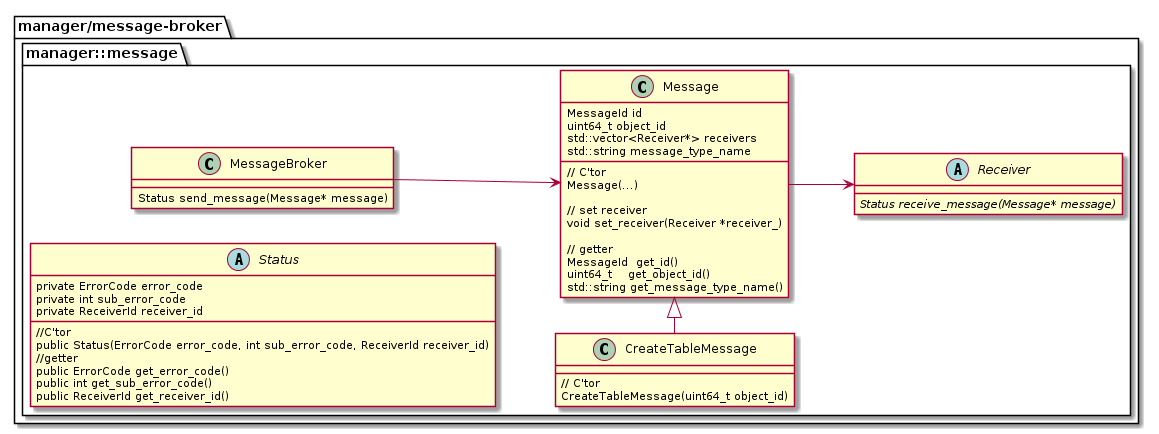
project-tsurugi/tsurugi_fdw keeps this PlantUML diagram as docs/img/out/Message/Message.png. Above is the earlier version.
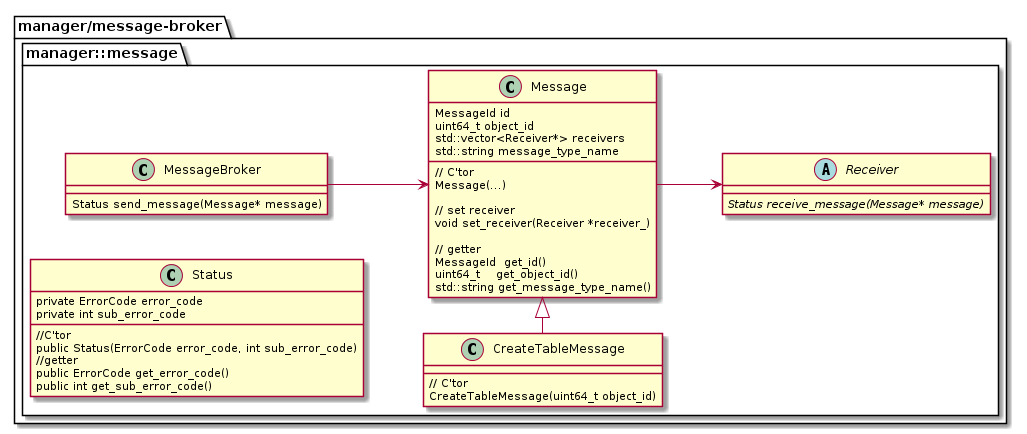
Later version of the same file.

Commit message:
Remove receiver_id from Status class

What changed in the source:
```diff
@@ -33,17 +33,15 @@
       {method}Status send_message(Message* message)
     }
 
-    abstract class Status
+    class Status
     {
         {method}//C'tor
-        {method}public Status(ErrorCode error_code, int sub_error_code, ReceiverId receiver_id)
+        {method}public Status(ErrorCode error_code, int sub_error_code)
         {method}//getter
         {method}public ErrorCode get_error_code()
         {method}public int get_sub_error_code()
-        {method}public ReceiverId get_receiver_id()
         {field}private ErrorCode error_code
         {field}private int sub_error_code
-        {field}private ReceiverId receiver_id
     }
 
     MessageBroker --> Message
```
